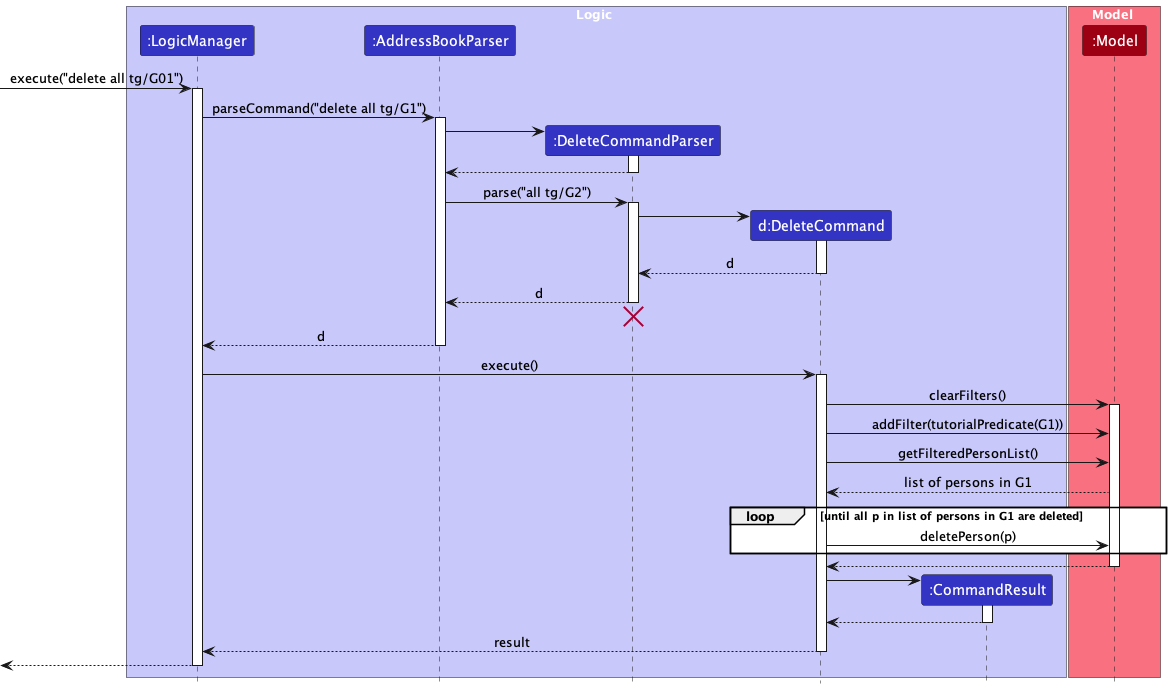
Before: docs/images/DeleteAllSeqDiagram.png, a diagram exported from PlantUML (nus-cs2103-AY2324S1/tp).
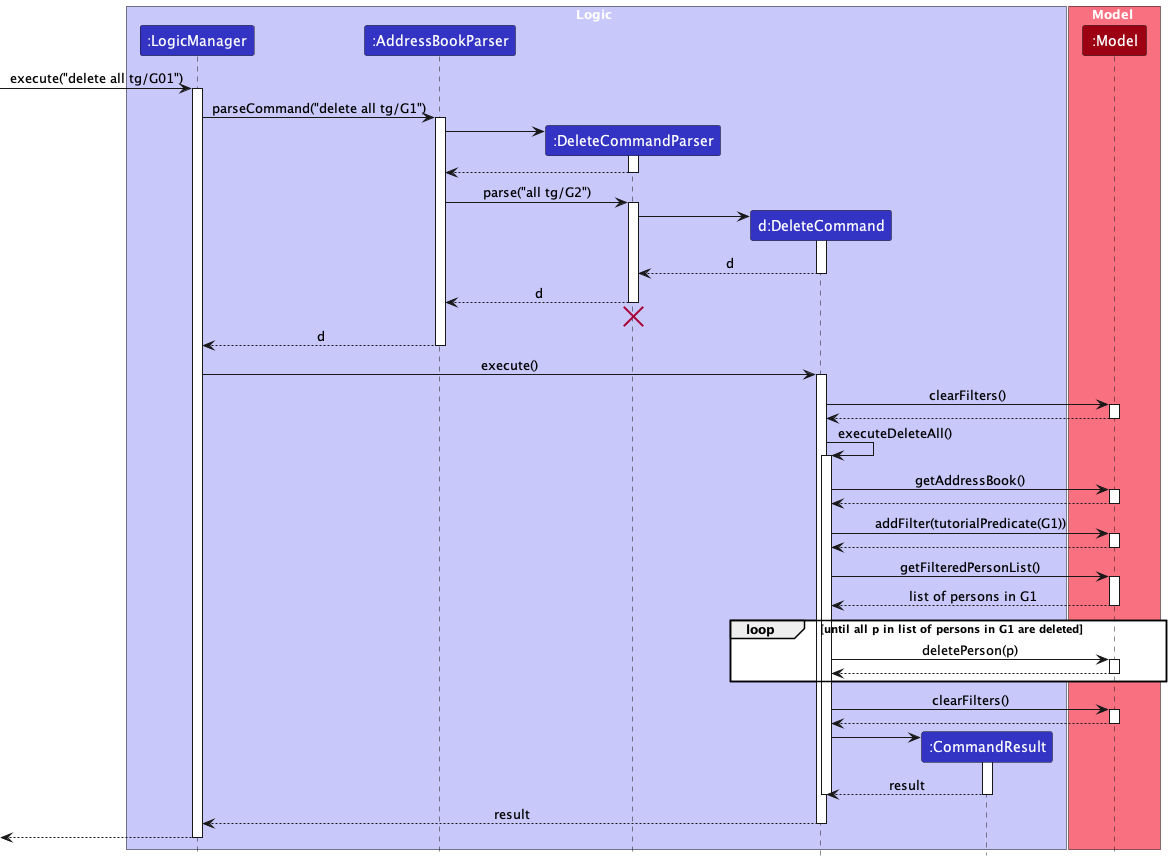
Later version of the same file.

Commit message:
Update diagrams, improve code quality

The edit, as a diff of the source:
```diff
@@ -50,25 +50,46 @@
 
 DeleteCommand -> Model : clearFilters()
 activate Model
+Model --> DeleteCommand
+deactivate Model
+
+DeleteCommand -> DeleteCommand : executeDeleteAll()
+activate DeleteCommand
+
+DeleteCommand -> Model : getAddressBook()
+activate Model
+Model --> DeleteCommand
+deactivate Model
 
 DeleteCommand -> Model : addFilter(tutorialPredicate(G1))
+activate Model
+Model --> DeleteCommand
+deactivate Model
 
 DeleteCommand -> Model : getFilteredPersonList()
+activate Model
 Model --> DeleteCommand : list of persons in G1
+deactivate Model
 
 loop until all p in list of persons in G1 are deleted
     DeleteCommand -> Model : deletePerson(p)
+    activate Model
+    Model --> DeleteCommand
+    deactivate Model
 end
 
+DeleteCommand -> Model : clearFilters()
+activate Model
 Model --> DeleteCommand
 deactivate Model
 
 create CommandResult
 DeleteCommand -> CommandResult
 activate CommandResult
+CommandResult --> DeleteCommand : result
+deactivate CommandResult
 
-CommandResult --> DeleteCommand
-deactivate CommandResult
+deactivate DeleteCommand
 
 DeleteCommand --> LogicManager : result
 deactivate DeleteCommand
```
